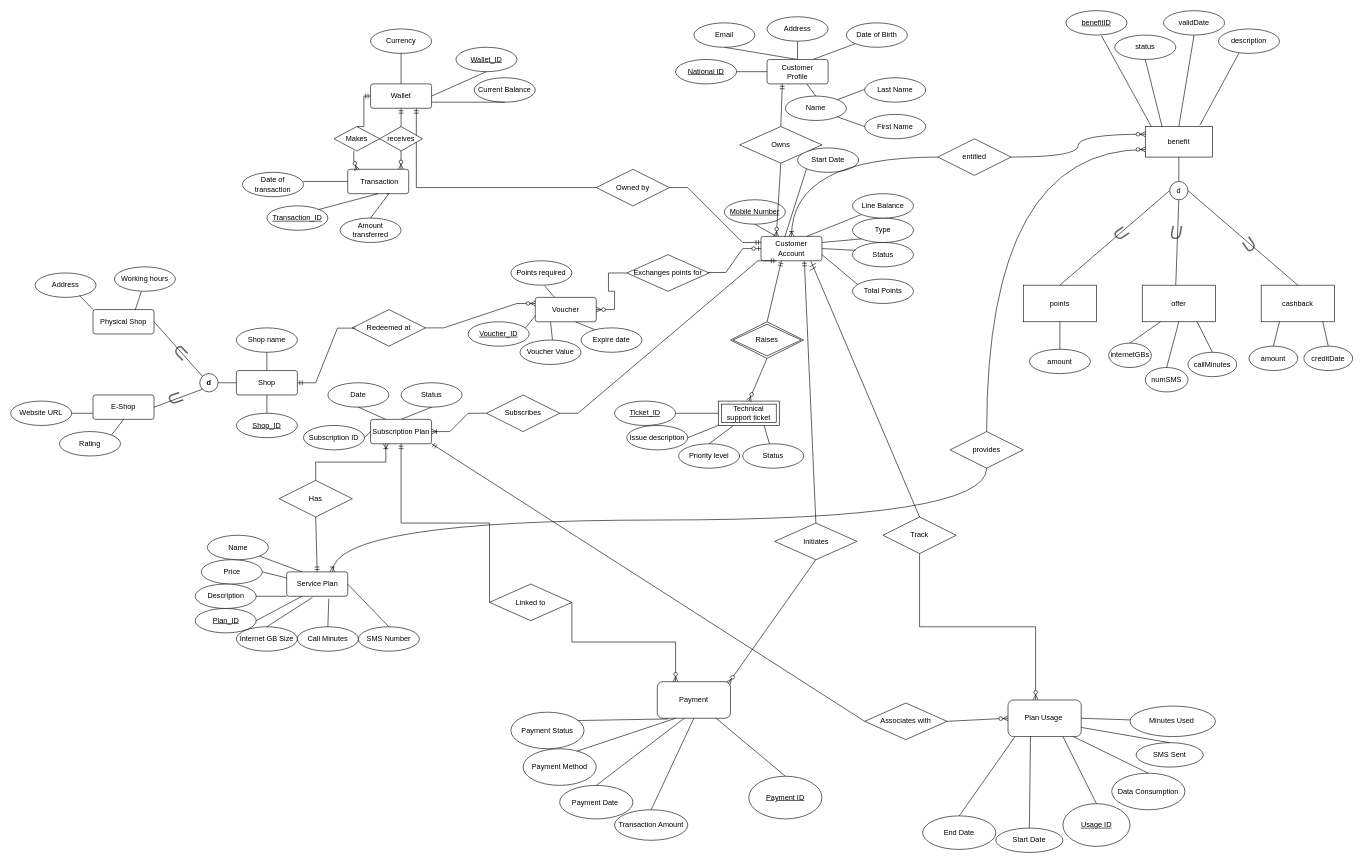
Before: mainERD.drawio in itsfadymate/Customer-Data-Management-System, a draw.io diagram. Source tidied: cells renumbered, new cells numbered last; positions are measured from the earlier drawing's top-left corner, leaving out a move shared by most shapes. Both pictures are drawn from the tidied source at 61%, with x=0, y=0 at pixel (10, 10).
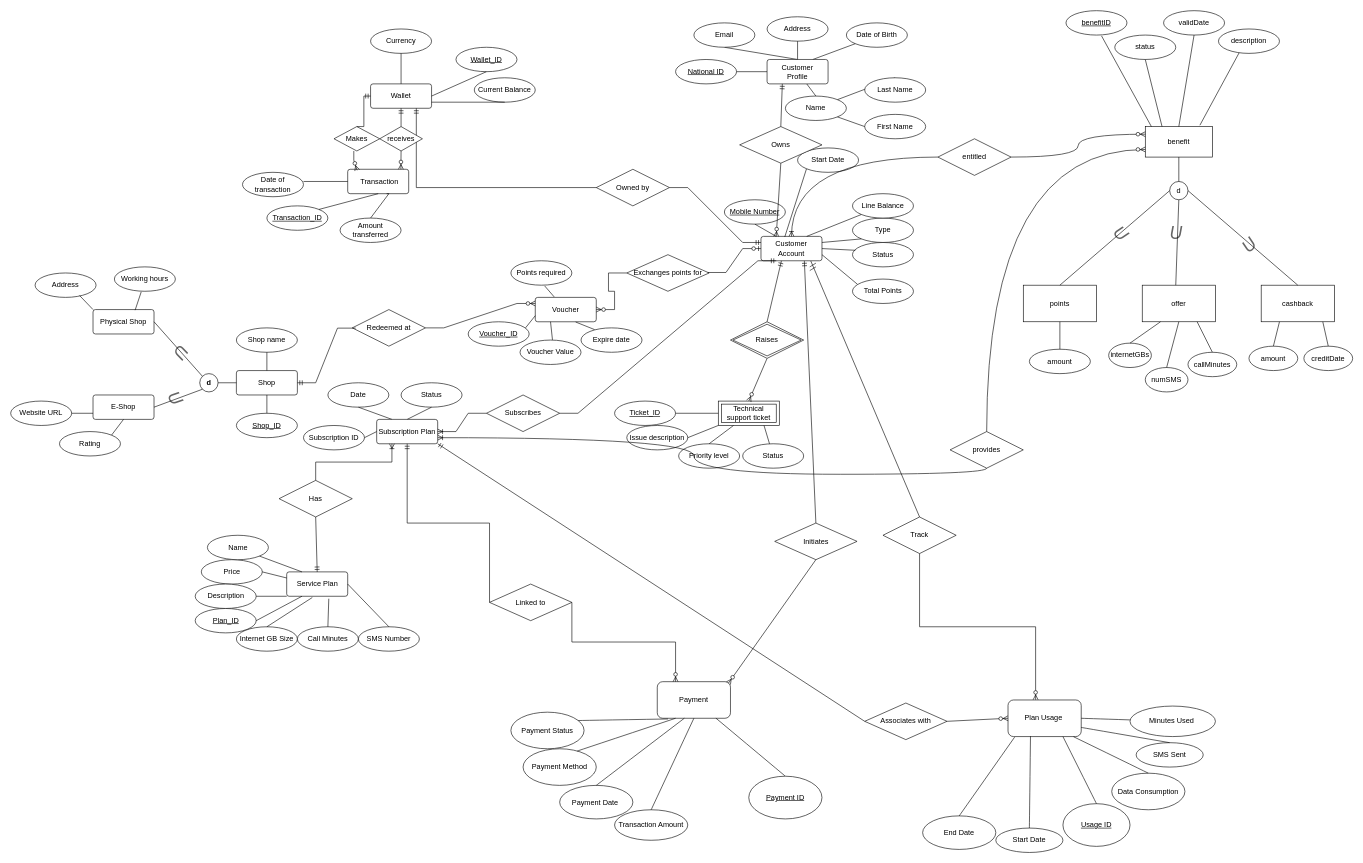
Above is the later version.

Commit message:
changed benefit-serviceplan to benefit-subplan

Unchanged cells that the change refers to:
```xml
<mxCell id="58" value="Service Plan" style="rounded=1;arcSize=10;whiteSpace=wrap;html=1;align=center;" parent="1" vertex="1">
  <mxGeometry x="452.5" y="920" width="100" height="40" as="geometry" />
</mxCell>
<mxCell id="147" value="provides" style="shape=rhombus;perimeter=rhombusPerimeter;whiteSpace=wrap;html=1;align=center;" parent="1" vertex="1">
  <mxGeometry x="1540" y="690" width="120" height="60" as="geometry" />
</mxCell>
```

The edit, as a diff of the source:
```diff
@@
-    <mxCell id="153" style="edgeStyle=orthogonalEdgeStyle;fontSize=12;html=1;endArrow=ERoneToMany;rounded=0;curved=1;exitX=0.5;exitY=1;exitDx=0;exitDy=0;entryX=0.75;entryY=0;entryDx=0;entryDy=0;" parent="1" edge="1" source="147" target="58">
+    <mxCell id="153" style="edgeStyle=orthogonalEdgeStyle;fontSize=12;html=1;endArrow=ERoneToMany;rounded=0;curved=1;exitX=0.5;exitY=1;exitDx=0;exitDy=0;entryX=1;entryY=0.75;entryDx=0;entryDy=0;" parent="1" edge="1" source="147" target="188">
       <mxGeometry relative="1" as="geometry" />
     </mxCell>
@@
     <mxCell id="188" value="Subscription Plan" style="rounded=1;arcSize=10;whiteSpace=wrap;html=1;align=center;" parent="1" vertex="1">
-      <mxGeometry x="590" y="670" width="100" height="40" as="geometry" />
+      <mxGeometry x="600" y="670" width="100" height="40" as="geometry" />
     </mxCell>
```
